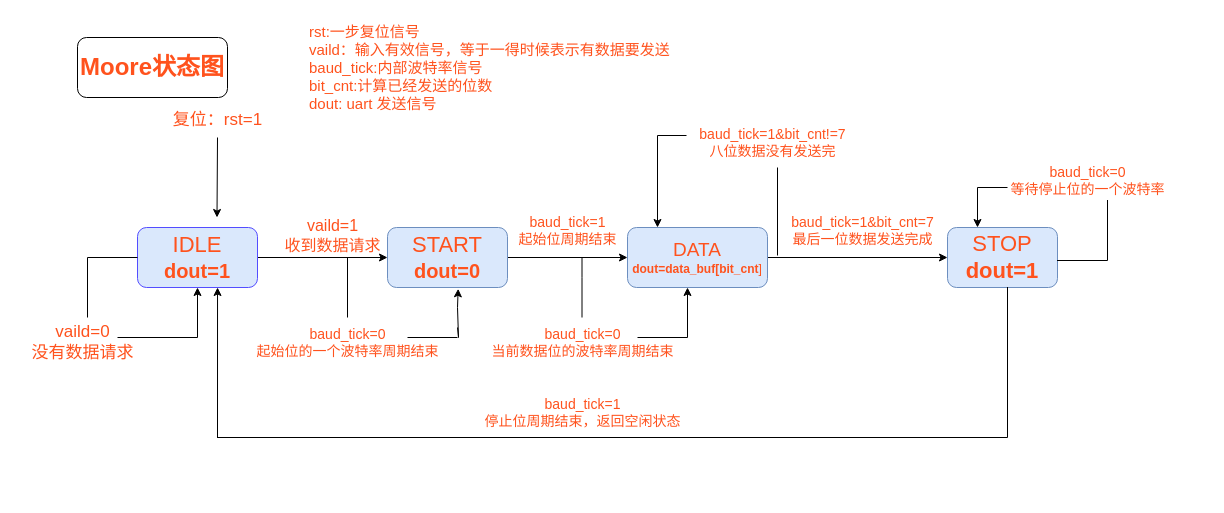
capoo-fan/class-experiment keeps this draw.io diagram as 数字逻辑电路/第五次实验-状态机/实验报告/state_transition.drawio. Above is the earlier version. Source tidied: cells renumbered, new cells numbered last; positions are measured from the earlier drawing's top-left corner, leaving out a move shared by most shapes. Both pictures are drawn from the tidied source at 100%, with x=0, y=0 at pixel (17, 17).
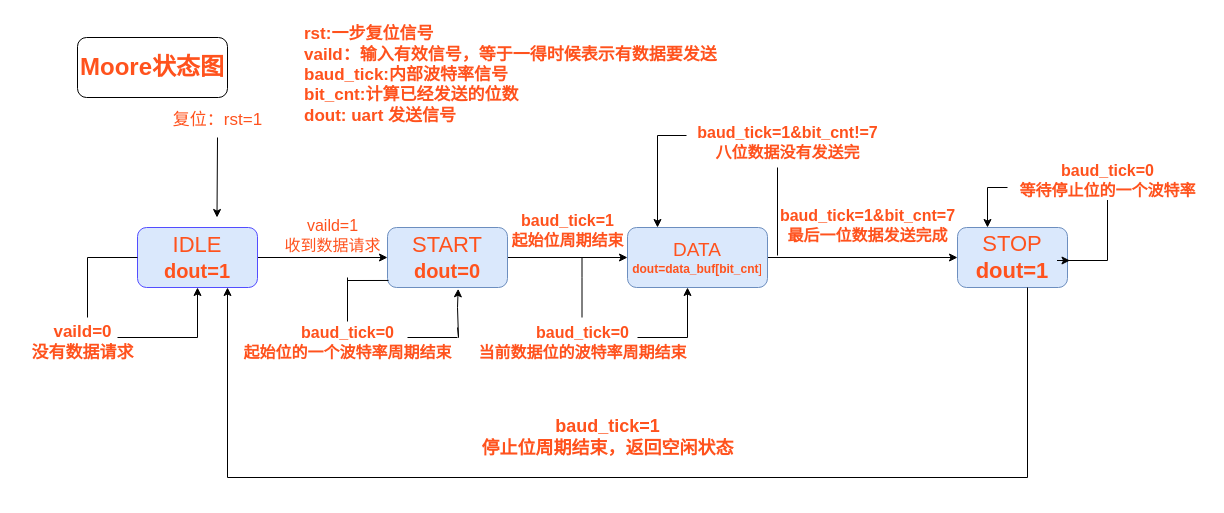
Above is the later version.

Unchanged cells that the change refers to:
```xml
<mxCell id="3" value="&lt;font style=&quot;font-size: 22px; color: rgb(255, 82, 29);&quot;&gt;IDLE&lt;/font&gt;&lt;div&gt;&lt;font style=&quot;font-size: 20px; color: rgb(255, 82, 29);&quot;&gt;&lt;b&gt;dout=1&lt;/b&gt;&lt;/font&gt;&lt;/div&gt;" style="rounded=1;whiteSpace=wrap;html=1;labelBackgroundColor=none;fillColor=#dae8fc;strokeColor=#534DFF;" parent="1" vertex="1">
  <mxGeometry x="120" y="210" width="120" height="60" as="geometry" />
</mxCell>
<mxCell id="5" value="&lt;font style=&quot;font-size: 22px; color: rgb(255, 82, 29);&quot;&gt;START&lt;/font&gt;&lt;div&gt;&lt;font style=&quot;font-size: 20px; color: rgb(255, 82, 29);&quot;&gt;&lt;b&gt;dout=0&lt;/b&gt;&lt;/font&gt;&lt;/div&gt;" style="rounded=1;whiteSpace=wrap;html=1;fillColor=#dae8fc;strokeColor=#6c8ebf;" parent="1" vertex="1">
  <mxGeometry x="370" y="210" width="120" height="60" as="geometry" />
</mxCell>
<mxCell id="31" style="shape=partialRectangle;whiteSpace=wrap;html=1;top=0;left=0;fillColor=none;" parent="1" vertex="1">
  <mxGeometry x="1040" y="183" width="50" height="60" as="geometry" />
</mxCell>
```

The edit, as a diff of the source:
```diff
@@
     <mxCell id="8" value="&lt;font style=&quot;font-size: 22px; color: rgb(255, 82, 29);&quot;&gt;STOP&lt;/font&gt;&lt;div&gt;&lt;font style=&quot;font-size: 22px; color: rgb(255, 82, 29);&quot;&gt;&lt;b&gt;dout=1&lt;/b&gt;&lt;/font&gt;&lt;/div&gt;" style="rounded=1;whiteSpace=wrap;html=1;fillColor=#dae8fc;strokeColor=#6c8ebf;" parent="1" vertex="1">
-      <mxGeometry x="930" y="210" width="110" height="60" as="geometry" />
+      <mxGeometry x="940" y="210" width="110" height="60" as="geometry" />
     </mxCell>
@@
-    <mxCell id="13" value="&lt;font style=&quot;font-size: 17px; color: rgb(255, 82, 29);&quot;&gt;vaild=0&lt;/font&gt;&lt;div&gt;&lt;font color=&quot;#ff521d&quot;&gt;&lt;span style=&quot;font-size: 17px;&quot;&gt;没有数据请求&lt;/span&gt;&lt;/font&gt;&lt;/div&gt;" style="text;html=1;align=center;verticalAlign=middle;strokeColor=none;fillColor=none;" parent="1" vertex="1">
+    <mxCell id="13" value="&lt;font style=&quot;font-size: 17px; color: rgb(255, 82, 29);&quot;&gt;&lt;b&gt;vaild=0&lt;/b&gt;&lt;/font&gt;&lt;div&gt;&lt;font color=&quot;#ff521d&quot;&gt;&lt;span style=&quot;font-size: 17px;&quot;&gt;&lt;b&gt;没有数据请求&lt;/b&gt;&lt;/span&gt;&lt;/font&gt;&lt;/div&gt;" style="text;html=1;align=center;verticalAlign=middle;strokeColor=none;fillColor=none;" parent="1" vertex="1">
       <mxGeometry y="300" width="130" height="50" as="geometry" />
     </mxCell>
@@
-    <mxCell id="17" style="endArrow=none;html=1;rounded=0;" parent="1" edge="1">
+    <mxCell id="17" style="endArrow=none;html=1;rounded=0;exitX=0.5;exitY=0.08;exitDx=0;exitDy=0;exitPerimeter=0;" parent="1" edge="1" source="18">
       <mxGeometry relative="1" as="geometry">
-        <mxPoint x="330" y="300" as="sourcePoint" />
-        <mxPoint x="330" y="240" as="targetPoint" />
+        <mxPoint x="330" y="260" as="targetPoint" />
       </mxGeometry>
     </mxCell>
-    <mxCell id="18" value="&lt;font style=&quot;font-size: 14px; color: rgb(255, 82, 29);&quot;&gt;baud_tick=0&lt;/font&gt;&lt;div&gt;&lt;font style=&quot;font-size: 14px; color: rgb(255, 82, 29);&quot;&gt;起始位的一个波特率周期结束&lt;/font&gt;&lt;/div&gt;" style="text;html=1;align=center;verticalAlign=middle;points=[];strokeColor=none;fillColor=none;" parent="1" vertex="1">
-      <mxGeometry x="225" y="300" width="210" height="50" as="geometry" />
+    <mxCell id="18" value="&lt;font style=&quot;color: rgb(255, 82, 29); font-size: 16px;&quot;&gt;&lt;b&gt;baud_tick=0&lt;/b&gt;&lt;/font&gt;&lt;div&gt;&lt;font style=&quot;color: rgb(255, 82, 29); font-size: 16px;&quot;&gt;&lt;b&gt;起始位的一个波特率周期结束&lt;/b&gt;&lt;/font&gt;&lt;/div&gt;" style="text;html=1;align=center;verticalAlign=middle;points=[];strokeColor=none;fillColor=none;" parent="1" vertex="1">
+      <mxGeometry x="215" y="300" width="230" height="50" as="geometry" />
     </mxCell>
@@
-    <mxCell id="21" value="&lt;font style=&quot;font-size: 14px; color: rgb(255, 82, 29);&quot;&gt;baud_tick=1&lt;/font&gt;&lt;div&gt;&lt;font style=&quot;font-size: 14px; color: rgb(255, 82, 29);&quot;&gt;起始位周期结束&lt;/font&gt;&lt;/div&gt;" style="text;html=1;align=center;verticalAlign=middle;strokeColor=none;fillColor=none;" parent="1" vertex="1">
-      <mxGeometry x="490" y="188" width="120" height="50" as="geometry" />
+    <mxCell id="21" value="&lt;font style=&quot;color: rgb(255, 82, 29); font-size: 16px;&quot;&gt;&lt;b&gt;baud_tick=1&lt;/b&gt;&lt;/font&gt;&lt;div&gt;&lt;font style=&quot;color: rgb(255, 82, 29); font-size: 16px;&quot;&gt;&lt;b&gt;起始位周期结束&lt;/b&gt;&lt;/font&gt;&lt;/div&gt;" style="text;html=1;align=center;verticalAlign=middle;strokeColor=none;fillColor=none;" parent="1" vertex="1">
+      <mxGeometry x="480" y="188" width="140" height="50" as="geometry" />
     </mxCell>
@@
-    <mxCell id="23" value="&lt;font style=&quot;font-size: 14px; color: rgb(255, 82, 29);&quot;&gt;baud_tick=0&lt;/font&gt;&lt;div&gt;&lt;font style=&quot;font-size: 14px; color: rgb(255, 82, 29);&quot;&gt;当前数据位的波特率周期结束&lt;/font&gt;&lt;/div&gt;" style="text;html=1;align=center;verticalAlign=middle;strokeColor=none;fillColor=none;" parent="1" vertex="1">
-      <mxGeometry x="460" y="300" width="210" height="50" as="geometry" />
+    <mxCell id="23" value="&lt;font style=&quot;color: rgb(255, 82, 29); font-size: 16px;&quot;&gt;&lt;b&gt;baud_tick=0&lt;/b&gt;&lt;/font&gt;&lt;div&gt;&lt;font style=&quot;color: rgb(255, 82, 29); font-size: 16px;&quot;&gt;&lt;b&gt;当前数据位的波特率周期结束&lt;/b&gt;&lt;/font&gt;&lt;/div&gt;" style="text;html=1;align=center;verticalAlign=middle;strokeColor=none;fillColor=none;" parent="1" vertex="1">
+      <mxGeometry x="450" y="300" width="230" height="50" as="geometry" />
     </mxCell>
@@
-    <mxCell id="27" value="&lt;font style=&quot;font-size: 14px; color: rgb(255, 82, 29);&quot;&gt;baud_tick=1&amp;amp;bit_cnt!=7&lt;/font&gt;&lt;div&gt;&lt;font style=&quot;font-size: 14px; color: rgb(255, 82, 29);&quot;&gt;八位数据没有发送完&lt;/font&gt;&lt;/div&gt;" style="text;html=1;align=center;verticalAlign=middle;strokeColor=none;fillColor=none;" parent="1" vertex="1">
-      <mxGeometry x="670" y="100" width="170" height="50" as="geometry" />
+    <mxCell id="27" value="&lt;font style=&quot;color: rgb(255, 82, 29); font-size: 16px;&quot;&gt;&lt;b&gt;baud_tick=1&amp;amp;bit_cnt!=7&lt;/b&gt;&lt;/font&gt;&lt;div&gt;&lt;font style=&quot;color: rgb(255, 82, 29); font-size: 16px;&quot;&gt;&lt;b&gt;八位数据没有发送完&lt;/b&gt;&lt;/font&gt;&lt;/div&gt;" style="text;html=1;align=center;verticalAlign=middle;strokeColor=none;fillColor=none;" parent="1" vertex="1">
+      <mxGeometry x="670" y="100" width="200" height="50" as="geometry" />
     </mxCell>
@@
-    <mxCell id="30" value="&lt;font style=&quot;font-size: 14px; color: rgb(255, 82, 29);&quot;&gt;baud_tick=1&amp;amp;bit_cnt=7&lt;/font&gt;&lt;div&gt;&lt;font style=&quot;font-size: 14px; color: rgb(255, 82, 29);&quot;&gt;最后一位数据发送完成&lt;/font&gt;&lt;/div&gt;" style="text;html=1;align=center;verticalAlign=middle;strokeColor=none;fillColor=none;" parent="1" vertex="1">
-      <mxGeometry x="760" y="188" width="170" height="50" as="geometry" />
+    <mxCell id="30" value="&lt;font style=&quot;color: rgb(255, 82, 29); font-size: 16px;&quot;&gt;&lt;b&gt;baud_tick=1&amp;amp;bit_cnt=7&lt;/b&gt;&lt;/font&gt;&lt;div&gt;&lt;font style=&quot;color: rgb(255, 82, 29); font-size: 16px;&quot;&gt;&lt;b&gt;最后一位数据发送完成&lt;/b&gt;&lt;/font&gt;&lt;/div&gt;" style="text;html=1;align=center;verticalAlign=middle;strokeColor=none;fillColor=none;" parent="1" vertex="1">
+      <mxGeometry x="750" y="183" width="200" height="50" as="geometry" />
     </mxCell>
@@
-    <mxCell id="32" value="&lt;font style=&quot;font-size: 14px; color: rgb(255, 82, 29);&quot;&gt;baud_tick=0&lt;/font&gt;&lt;div&gt;&lt;font style=&quot;font-size: 14px; color: rgb(255, 82, 29);&quot;&gt;等待停止位的一个波特率&lt;/font&gt;&lt;/div&gt;" style="text;html=1;align=center;verticalAlign=middle;strokeColor=none;fillColor=none;" parent="1" vertex="1">
-      <mxGeometry x="980" y="138" width="180" height="50" as="geometry" />
+    <mxCell id="32" value="&lt;font style=&quot;color: rgb(255, 82, 29); font-size: 16px;&quot;&gt;&lt;b&gt;baud_tick=0&lt;/b&gt;&lt;/font&gt;&lt;div&gt;&lt;font style=&quot;color: rgb(255, 82, 29); font-size: 16px;&quot;&gt;&lt;b&gt;等待停止位的一个波特率&lt;/b&gt;&lt;/font&gt;&lt;/div&gt;" style="text;html=1;align=center;verticalAlign=middle;strokeColor=none;fillColor=none;" parent="1" vertex="1">
+      <mxGeometry x="990" y="138" width="200" height="50" as="geometry" />
     </mxCell>
     <mxCell id="33" style="endArrow=classic;html=1;rounded=0;entryX=0.182;entryY=-0.044;entryDx=0;entryDy=0;entryPerimeter=0;" parent="1" edge="1">
       <mxGeometry relative="1" as="geometry">
-        <mxPoint x="960" y="170" as="sourcePoint" />
-        <mxPoint x="960" y="210" as="targetPoint" />
+        <mxPoint x="970" y="170" as="sourcePoint" />
+        <mxPoint x="970" y="210" as="targetPoint" />
       </mxGeometry>
     </mxCell>
     <mxCell id="34" style="endArrow=none;html=1;rounded=0;" parent="1" edge="1">
       <mxGeometry relative="1" as="geometry">
-        <mxPoint x="960" y="170" as="sourcePoint" />
+        <mxPoint x="970" y="170" as="sourcePoint" />
         <mxPoint x="990" y="170" as="targetPoint" />
       </mxGeometry>
     </mxCell>
-    <mxCell id="35" style="shape=partialRectangle;whiteSpace=wrap;html=1;top=0;left=0;fillColor=none;" parent="1" vertex="1">
-      <mxGeometry x="200" y="270" width="790" height="150" as="geometry" />
-    </mxCell>
-    <mxCell id="36" style="endArrow=classic;html=1;rounded=0;entryX=0.667;entryY=1;entryDx=0;entryDy=0;entryPerimeter=0;" parent="1" edge="1" target="3">
-      <mxGeometry relative="1" as="geometry">
-        <mxPoint x="200" y="420" as="sourcePoint" />
-      </mxGeometry>
-    </mxCell>
-    <mxCell id="37" value="&lt;font style=&quot;font-size: 14px; color: rgb(255, 82, 29);&quot;&gt;baud_tick=1&lt;/font&gt;&lt;div&gt;&lt;font style=&quot;font-size: 14px; color: rgb(255, 82, 29);&quot;&gt;停止位周期结束，返回空闲状态&lt;/font&gt;&lt;/div&gt;" style="text;html=1;align=center;verticalAlign=middle;strokeColor=none;fillColor=none;" parent="1" vertex="1">
-      <mxGeometry x="455" y="370" width="220" height="50" as="geometry" />
+    <mxCell id="37" value="&lt;font style=&quot;color: rgb(255, 82, 29); font-size: 18px;&quot;&gt;&lt;b&gt;baud_tick=1&lt;/b&gt;&lt;/font&gt;&lt;div&gt;&lt;font style=&quot;color: rgb(255, 82, 29); font-size: 18px;&quot;&gt;&lt;b&gt;停止位周期结束，返回空闲状态&lt;/b&gt;&lt;/font&gt;&lt;/div&gt;" style="text;html=1;align=center;verticalAlign=middle;strokeColor=none;fillColor=none;" parent="1" vertex="1">
+      <mxGeometry x="450" y="390" width="280" height="60" as="geometry" />
     </mxCell>
-    <mxCell id="38" value="&lt;font style=&quot;color: rgb(255, 82, 29); font-size: 15px;&quot;&gt;rst:一步复位信号&lt;/font&gt;&lt;div&gt;&lt;font style=&quot;color: rgb(255, 82, 29); font-size: 15px;&quot;&gt;vaild：输入有效信号，等于一得时候表示有数据要发送&lt;/font&gt;&lt;/div&gt;&lt;div&gt;&lt;font style=&quot;color: rgb(255, 82, 29); font-size: 15px;&quot;&gt;baud_tick:内部波特率信号&lt;/font&gt;&lt;/div&gt;&lt;div&gt;&lt;font style=&quot;color: rgb(255, 82, 29); font-size: 15px;&quot;&gt;bit_cnt:计算已经发送的位数&lt;/font&gt;&lt;/div&gt;&lt;div&gt;&lt;font style=&quot;color: rgb(255, 82, 29); font-size: 15px;&quot;&gt;dout: uart 发送信号&lt;/font&gt;&lt;/div&gt;&lt;div&gt;&lt;br&gt;&lt;/div&gt;&lt;div&gt;&lt;br&gt;&lt;/div&gt;" style="text;html=1;align=left;verticalAlign=middle;strokeColor=none;fillColor=none;" parent="1" vertex="1">
-      <mxGeometry x="290" width="380" height="130" as="geometry" />
+    <mxCell id="38" value="&lt;font style=&quot;color: rgb(255, 82, 29); font-size: 17px;&quot;&gt;&lt;b&gt;rst:一步复位信号&lt;/b&gt;&lt;/font&gt;&lt;div&gt;&lt;font style=&quot;color: rgb(255, 82, 29); font-size: 17px;&quot;&gt;&lt;b&gt;vaild：输入有效信号，等于一得时候表示有数据要发送&lt;/b&gt;&lt;/font&gt;&lt;/div&gt;&lt;div&gt;&lt;font style=&quot;color: rgb(255, 82, 29); font-size: 17px;&quot;&gt;&lt;b&gt;baud_tick:内部波特率信号&lt;/b&gt;&lt;/font&gt;&lt;/div&gt;&lt;div&gt;&lt;font style=&quot;color: rgb(255, 82, 29); font-size: 17px;&quot;&gt;&lt;b&gt;bit_cnt:计算已经发送的位数&lt;/b&gt;&lt;/font&gt;&lt;/div&gt;&lt;div&gt;&lt;font style=&quot;color: rgb(255, 82, 29); font-size: 17px;&quot;&gt;&lt;b&gt;dout: uart 发送信号&lt;/b&gt;&lt;/font&gt;&lt;/div&gt;&lt;div&gt;&lt;font style=&quot;font-size: 17px;&quot;&gt;&lt;b&gt;&lt;br&gt;&lt;/b&gt;&lt;/font&gt;&lt;/div&gt;&lt;div&gt;&lt;br&gt;&lt;/div&gt;" style="text;html=1;align=left;verticalAlign=middle;strokeColor=none;fillColor=none;" parent="1" vertex="1">
+      <mxGeometry x="285" width="440" height="150" as="geometry" />
     </mxCell>
@@
+    <mxCell id="40" style="edgeStyle=orthogonalEdgeStyle;rounded=0;orthogonalLoop=1;jettySize=auto;html=1;exitX=0;exitY=1;exitDx=0;exitDy=0;entryX=0.25;entryY=1;entryDx=0;entryDy=0;" parent="1" edge="1" source="31" target="31">
+      <mxGeometry relative="1" as="geometry" />
+    </mxCell>
+    <mxCell id="41" style="edgeStyle=orthogonalEdgeStyle;rounded=0;orthogonalLoop=1;jettySize=auto;html=1;exitX=0.5;exitY=1;exitDx=0;exitDy=0;" parent="1" edge="1">
+      <mxGeometry relative="1" as="geometry">
+        <mxPoint x="610" y="470" as="sourcePoint" />
+        <mxPoint x="610" y="470" as="targetPoint" />
+      </mxGeometry>
+    </mxCell>
+    <mxCell id="42" style="endArrow=none;html=1;rounded=0;" parent="1" edge="1">
+      <mxGeometry relative="1" as="geometry">
+        <mxPoint x="1010" y="460" as="sourcePoint" />
+        <mxPoint x="1010" y="270" as="targetPoint" />
+      </mxGeometry>
+    </mxCell>
+    <mxCell id="43" style="endArrow=none;html=1;rounded=0;" parent="1" edge="1">
+      <mxGeometry relative="1" as="geometry">
+        <mxPoint x="210" y="460" as="sourcePoint" />
+        <mxPoint x="1010" y="460" as="targetPoint" />
+      </mxGeometry>
+    </mxCell>
+    <mxCell id="44" style="endArrow=classic;html=1;rounded=0;entryX=0.75;entryY=1;entryDx=0;entryDy=0;" parent="1" edge="1" target="3">
+      <mxGeometry relative="1" as="geometry">
+        <mxPoint x="210" y="460" as="sourcePoint" />
+      </mxGeometry>
+    </mxCell>
+    <mxCell id="45" style="endArrow=none;html=1;rounded=0;entryX=0.008;entryY=0.883;entryDx=0;entryDy=0;entryPerimeter=0;" parent="1" edge="1" target="5">
+      <mxGeometry relative="1" as="geometry">
+        <mxPoint x="330" y="263" as="sourcePoint" />
+      </mxGeometry>
+    </mxCell>
```
